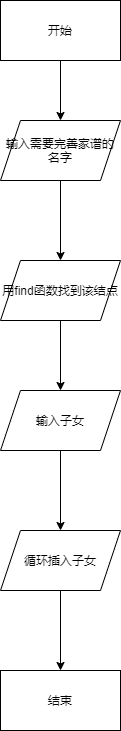
Earlier version of the draw.io export CourseDesignOfDataStructure/picture/p6/perfect().png (Shotray/Gaint). Source tidied: cells renumbered, new cells last; positions are measured from the earlier drawing's top-left corner, leaving out a move shared by most shapes.
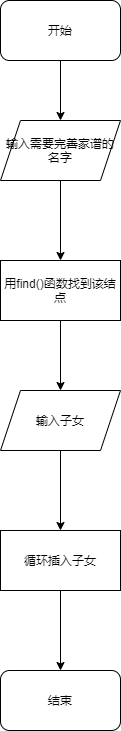
Later version of the same file.

Diff of the diagram source:
```diff
@@ -2,37 +2,48 @@
   <root>
     <mxCell id="0" />
     <mxCell id="1" parent="0" />
-    <mxCell id="2" style="edgeStyle=orthogonalEdgeStyle;rounded=0;jettySize=auto;html=1;exitX=0.5;exitY=1;exitDx=0;exitDy=0;" parent="1" edge="1" source="3" target="5">
-      <mxGeometry relative="1" as="geometry" />
+    <mxCell id="2" style="edgeStyle=orthogonalEdgeStyle;rounded=0;jettySize=auto;html=1;exitX=0.5;exitY=1;exitDx=0;exitDy=0;" parent="1" edge="1" target="5">
+      <mxGeometry relative="1" as="geometry">
+        <mxPoint x="60" y="60" as="sourcePoint" />
+      </mxGeometry>
     </mxCell>
-    <mxCell id="3" value="开始" style="rounded=0;whiteSpace=wrap;html=1;" parent="1" vertex="1">
-      <mxGeometry width="120" height="60" as="geometry" />
-    </mxCell>
-    <mxCell id="4" style="edgeStyle=orthogonalEdgeStyle;rounded=0;jettySize=auto;html=1;exitX=0.5;exitY=1;exitDx=0;exitDy=0;" parent="1" edge="1" source="5" target="7">
-      <mxGeometry relative="1" as="geometry" />
+    <mxCell id="4" style="edgeStyle=orthogonalEdgeStyle;rounded=0;jettySize=auto;html=1;exitX=0.5;exitY=1;exitDx=0;exitDy=0;" parent="1" edge="1" source="5">
+      <mxGeometry relative="1" as="geometry">
+        <mxPoint x="60" y="260" as="targetPoint" />
+      </mxGeometry>
     </mxCell>
     <mxCell id="5" value="输入需要完善家谱的名字" style="shape=parallelogram;perimeter=parallelogramPerimeter;whiteSpace=wrap;html=1;fixedSize=1;" parent="1" vertex="1">
       <mxGeometry y="120" width="120" height="60" as="geometry" />
     </mxCell>
-    <mxCell id="6" style="edgeStyle=orthogonalEdgeStyle;rounded=0;jettySize=auto;html=1;exitX=0.5;exitY=1;exitDx=0;exitDy=0;" parent="1" edge="1" source="7" target="9">
-      <mxGeometry relative="1" as="geometry" />
+    <mxCell id="6" style="edgeStyle=orthogonalEdgeStyle;rounded=0;jettySize=auto;html=1;exitX=0.5;exitY=1;exitDx=0;exitDy=0;" parent="1" edge="1" target="9">
+      <mxGeometry relative="1" as="geometry">
+        <mxPoint x="60" y="320" as="sourcePoint" />
+      </mxGeometry>
     </mxCell>
-    <mxCell id="7" value="用find函数找到该结点" style="shape=parallelogram;perimeter=parallelogramPerimeter;whiteSpace=wrap;html=1;fixedSize=1;" parent="1" vertex="1">
-      <mxGeometry y="260" width="120" height="60" as="geometry" />
-    </mxCell>
-    <mxCell id="8" style="edgeStyle=orthogonalEdgeStyle;rounded=0;jettySize=auto;html=1;exitX=0.5;exitY=1;exitDx=0;exitDy=0;" parent="1" edge="1" source="9" target="11">
-      <mxGeometry relative="1" as="geometry" />
+    <mxCell id="8" style="edgeStyle=orthogonalEdgeStyle;rounded=0;jettySize=auto;html=1;exitX=0.5;exitY=1;exitDx=0;exitDy=0;" parent="1" edge="1" source="9">
+      <mxGeometry relative="1" as="geometry">
+        <mxPoint x="60" y="530" as="targetPoint" />
+      </mxGeometry>
     </mxCell>
     <mxCell id="9" value="输入子女" style="shape=parallelogram;perimeter=parallelogramPerimeter;whiteSpace=wrap;html=1;fixedSize=1;" parent="1" vertex="1">
       <mxGeometry y="390" width="120" height="60" as="geometry" />
     </mxCell>
-    <mxCell id="10" style="edgeStyle=orthogonalEdgeStyle;rounded=0;jettySize=auto;html=1;exitX=0.5;exitY=1;exitDx=0;exitDy=0;" parent="1" edge="1" source="11" target="12">
-      <mxGeometry relative="1" as="geometry" />
+    <mxCell id="10" style="edgeStyle=orthogonalEdgeStyle;rounded=0;orthogonalLoop=1;jettySize=auto;html=1;exitX=0.5;exitY=1;exitDx=0;exitDy=0;" parent="1" edge="1">
+      <mxGeometry relative="1" as="geometry">
+        <mxPoint x="60" y="590" as="sourcePoint" />
+        <mxPoint x="60" y="670" as="targetPoint" />
+      </mxGeometry>
     </mxCell>
+    <mxCell id="3" value="开始" style="rounded=1;whiteSpace=wrap;html=1;" parent="1" vertex="1">
+      <mxGeometry width="120" height="60" as="geometry" />
+    </mxCell>
+    <mxCell id="13" value="用find()函数找到该结点" style="rounded=0;whiteSpace=wrap;html=1;" parent="1" vertex="1">
+      <mxGeometry y="260" width="120" height="60" as="geometry" />
+    </mxCell>
-    <mxCell id="11" value="循环插入子女" style="shape=parallelogram;perimeter=parallelogramPerimeter;whiteSpace=wrap;html=1;fixedSize=1;" parent="1" vertex="1">
+    <mxCell id="11" value="循环插入子女" style="rounded=0;whiteSpace=wrap;html=1;" parent="1" vertex="1">
       <mxGeometry y="530" width="120" height="60" as="geometry" />
     </mxCell>
-    <mxCell id="12" value="结束" style="rounded=0;whiteSpace=wrap;html=1;" parent="1" vertex="1">
+    <mxCell id="12" value="结束" style="rounded=1;whiteSpace=wrap;html=1;" parent="1" vertex="1">
       <mxGeometry y="670" width="120" height="60" as="geometry" />
     </mxCell>
   </root>
```
